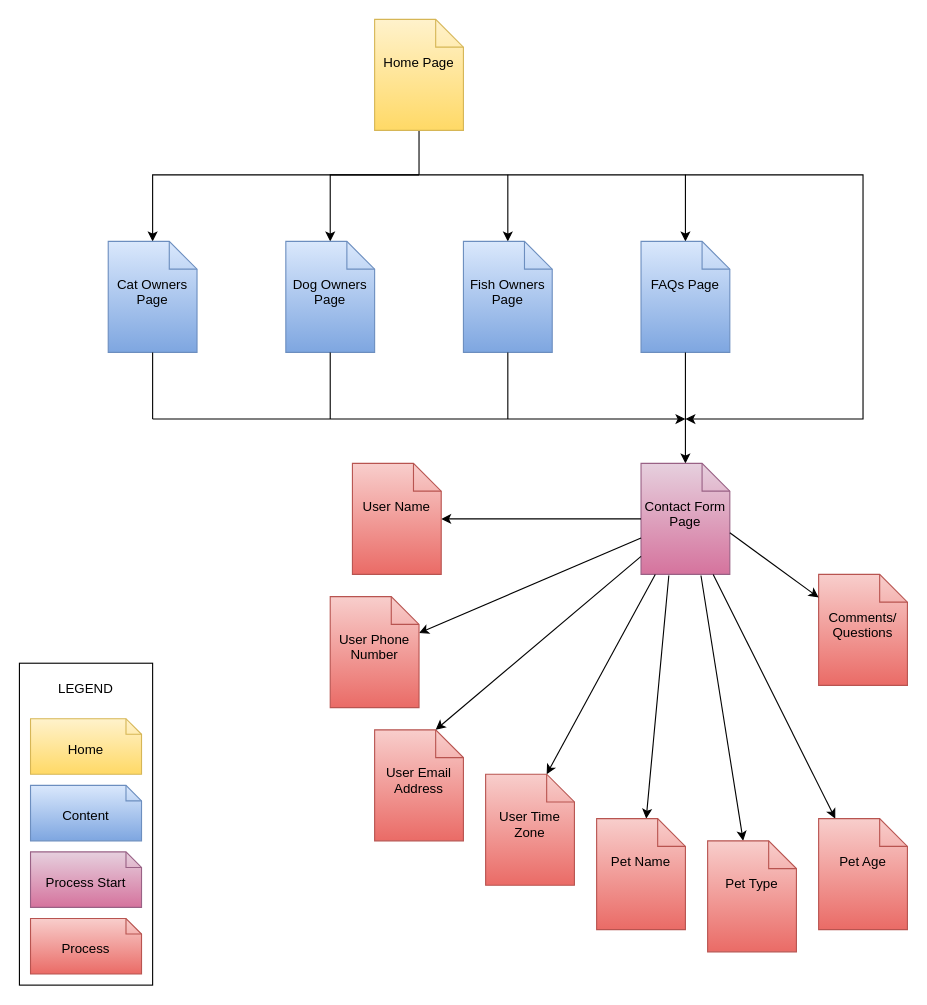
This is sitemap.drawio from airbaggrenade/WGU-D284, a draw.io file, before an edit. Source tidied: cells renumbered, new cells numbered last; positions are measured from the earlier drawing's top-left corner, leaving out a move shared by most shapes. Both pictures are drawn from the tidied source at 111%, with x=0, y=0 at pixel (19, 19).
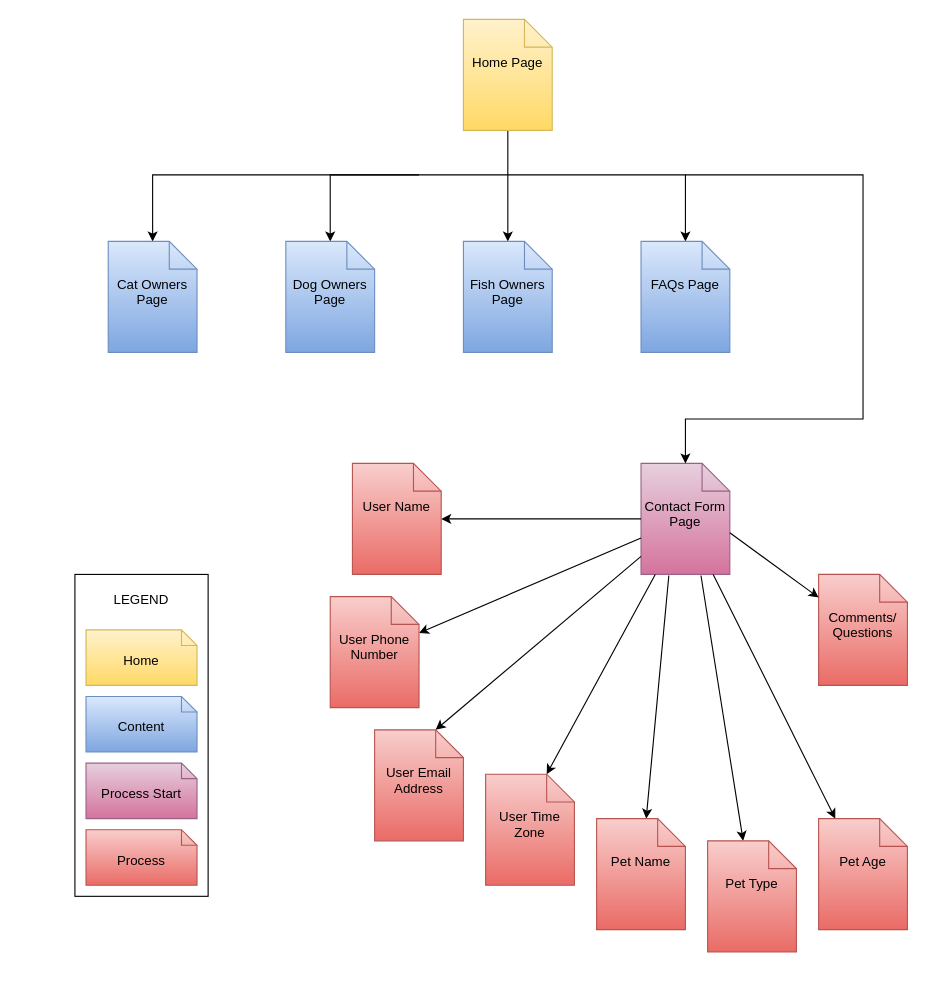
The same diagram, later.

Unchanged cells that the change refers to:
```xml
<mxCell id="5" value="&lt;div&gt;&lt;font color=&quot;#000000&quot;&gt;Cat Owners Page&lt;/font&gt;&lt;/div&gt;" style="shape=note2;boundedLbl=1;whiteSpace=wrap;html=1;size=25;verticalAlign=top;align=center;gradientColor=#7ea6e0;fillColor=#dae8fc;strokeColor=#6c8ebf;" parent="1" vertex="1">
  <mxGeometry x="80" y="200" width="80" height="100" as="geometry" />
</mxCell>
<mxCell id="7" value="&lt;font color=&quot;#000000&quot;&gt;Dog Owners Page&lt;/font&gt;" style="shape=note2;boundedLbl=1;whiteSpace=wrap;html=1;size=25;verticalAlign=top;align=center;gradientColor=#7ea6e0;fillColor=#dae8fc;strokeColor=#6c8ebf;" parent="1" vertex="1">
  <mxGeometry x="240" y="200" width="80" height="100" as="geometry" />
</mxCell>
<mxCell id="9" value="&lt;font color=&quot;#000000&quot;&gt;FAQs Page&lt;/font&gt;" style="shape=note2;boundedLbl=1;whiteSpace=wrap;html=1;size=25;verticalAlign=top;align=center;gradientColor=#7ea6e0;fillColor=#dae8fc;strokeColor=#6c8ebf;" parent="1" vertex="1">
  <mxGeometry x="560" y="200" width="80" height="100" as="geometry" />
</mxCell>
<mxCell id="11" value="&lt;font color=&quot;#000000&quot;&gt;Fish Owners Page&lt;/font&gt;" style="shape=note2;boundedLbl=1;whiteSpace=wrap;html=1;size=25;verticalAlign=top;align=center;gradientColor=#7ea6e0;fillColor=#dae8fc;strokeColor=#6c8ebf;" parent="1" vertex="1">
  <mxGeometry x="400" y="200" width="80" height="100" as="geometry" />
</mxCell>
<mxCell id="13" value="&lt;font color=&quot;#000000&quot;&gt;Contact Form Page&lt;/font&gt;" style="shape=note2;boundedLbl=1;whiteSpace=wrap;html=1;size=25;verticalAlign=top;align=center;gradientColor=#d5739d;fillColor=#e6d0de;strokeColor=#996185;" parent="1" vertex="1">
  <mxGeometry x="560" y="400" width="80" height="100" as="geometry" />
</mxCell>
```

Change to the diagram source:
```diff
@@
     <mxCell id="2" style="edgeStyle=orthogonalEdgeStyle;rounded=0;jettySize=auto;html=1;exitX=0.5;exitY=1;exitDx=0;exitDy=0;exitPerimeter=0;endArrow=none;endFill=0;" parent="1" edge="1" source="3">
       <mxGeometry relative="1" as="geometry">
-        <mxPoint x="360" y="140" as="targetPoint" />
+        <mxPoint x="440" y="140" as="targetPoint" />
       </mxGeometry>
     </mxCell>
     <mxCell id="3" value="&lt;font color=&quot;#000000&quot;&gt;Home Page&lt;/font&gt;" style="shape=note2;boundedLbl=1;whiteSpace=wrap;html=1;size=25;verticalAlign=top;align=center;fillColor=#fff2cc;strokeColor=#d6b656;gradientColor=#ffd966;" parent="1" vertex="1">
-      <mxGeometry x="320" width="80" height="100" as="geometry" />
+      <mxGeometry x="400" width="80" height="100" as="geometry" />
     </mxCell>
@@
-    <mxCell id="12" style="edgeStyle=orthogonalEdgeStyle;rounded=0;jettySize=auto;html=1;entryX=0.5;entryY=1;entryDx=0;entryDy=0;entryPerimeter=0;startArrow=classic;startFill=1;endArrow=none;endFill=0;" parent="1" edge="1" source="13" target="9">
-      <mxGeometry relative="1" as="geometry" />
-    </mxCell>
@@
     <mxCell id="14" value="LEGEND&lt;br&gt;&lt;br&gt;&lt;br&gt;&lt;br&gt;&lt;br&gt;&lt;br&gt;&lt;br&gt;&lt;br&gt;&lt;br&gt;&lt;br&gt;&lt;br&gt;&lt;br&gt;&lt;br&gt;&lt;br&gt;&lt;br&gt;&lt;br&gt;&lt;br&gt;&lt;br&gt;" style="rounded=0;whiteSpace=wrap;html=1;" parent="1" vertex="1">
-      <mxGeometry y="580" width="120" height="290" as="geometry" />
+      <mxGeometry x="50" y="500" width="120" height="290" as="geometry" />
     </mxCell>
     <mxCell id="15" value="&lt;font color=&quot;#000000&quot;&gt;Content&lt;/font&gt;" style="shape=note2;boundedLbl=1;whiteSpace=wrap;html=1;size=14;verticalAlign=top;align=center;fillColor=#dae8fc;strokeColor=#6c8ebf;gradientColor=#7ea6e0;" parent="1" vertex="1">
-      <mxGeometry x="10" y="690" width="100" height="50" as="geometry" />
+      <mxGeometry x="60" y="610" width="100" height="50" as="geometry" />
     </mxCell>
     <mxCell id="16" value="&lt;font color=&quot;#000000&quot;&gt;Process Start&lt;/font&gt;" style="shape=note2;boundedLbl=1;whiteSpace=wrap;html=1;size=14;verticalAlign=top;align=center;fillColor=#e6d0de;strokeColor=#996185;gradientColor=#d5739d;" parent="1" vertex="1">
-      <mxGeometry x="10" y="750" width="100" height="50" as="geometry" />
+      <mxGeometry x="60" y="670" width="100" height="50" as="geometry" />
     </mxCell>
     <mxCell id="17" value="&lt;font color=&quot;#000000&quot;&gt;Home&lt;/font&gt;" style="shape=note2;boundedLbl=1;whiteSpace=wrap;html=1;size=14;verticalAlign=top;align=center;fillColor=#fff2cc;strokeColor=#d6b656;gradientColor=#ffd966;" parent="1" vertex="1">
-      <mxGeometry x="10" y="630" width="100" height="50" as="geometry" />
+      <mxGeometry x="60" y="550" width="100" height="50" as="geometry" />
     </mxCell>
     <mxCell id="18" value="&lt;font color=&quot;#000000&quot;&gt;Process&lt;br&gt;&lt;/font&gt;" style="shape=note2;boundedLbl=1;whiteSpace=wrap;html=1;size=14;verticalAlign=top;align=center;fillColor=#f8cecc;strokeColor=#b85450;gradientColor=#ea6b66;" parent="1" vertex="1">
-      <mxGeometry x="10" y="810" width="100" height="50" as="geometry" />
+      <mxGeometry x="60" y="730" width="100" height="50" as="geometry" />
     </mxCell>
@@
-    <mxCell id="35" style="endArrow=classic;html=1;rounded=0;edgeStyle=orthogonalEdgeStyle;" parent="1" edge="1">
+    <mxCell id="35" style="endArrow=classic;html=1;rounded=0;edgeStyle=orthogonalEdgeStyle;entryX=0.5;entryY=0;entryDx=0;entryDy=0;entryPerimeter=0;" parent="1" edge="1" target="13">
       <mxGeometry relative="1" as="geometry">
         <mxPoint x="600" y="140" as="sourcePoint" />
-        <mxPoint x="600" y="360" as="targetPoint" />
         <Array as="points">
           <mxPoint x="760" y="140" />
           <mxPoint x="760" y="360" />
+          <mxPoint x="600" y="360" />
         </Array>
       </mxGeometry>
     </mxCell>
-    <mxCell id="36" style="endArrow=classic;html=1;rounded=0;" parent="1" edge="1">
-      <mxGeometry relative="1" as="geometry">
-        <mxPoint x="120" y="360" as="sourcePoint" />
-        <mxPoint x="600" y="360" as="targetPoint" />
-      </mxGeometry>
-    </mxCell>
-    <mxCell id="37" style="endArrow=none;html=1;rounded=0;entryX=0.5;entryY=1;entryDx=0;entryDy=0;entryPerimeter=0;" parent="1" edge="1" target="5">
-      <mxGeometry relative="1" as="geometry">
-        <mxPoint x="120" y="360" as="sourcePoint" />
-      </mxGeometry>
-    </mxCell>
-    <mxCell id="38" style="endArrow=none;html=1;rounded=0;entryX=0.5;entryY=1;entryDx=0;entryDy=0;entryPerimeter=0;" parent="1" edge="1" target="7">
-      <mxGeometry relative="1" as="geometry">
-        <mxPoint x="280" y="360" as="sourcePoint" />
-      </mxGeometry>
-    </mxCell>
-    <mxCell id="39" style="endArrow=none;html=1;rounded=0;entryX=0.5;entryY=1;entryDx=0;entryDy=0;entryPerimeter=0;" parent="1" edge="1" target="11">
-      <mxGeometry relative="1" as="geometry">
-        <mxPoint x="440" y="360" as="sourcePoint" />
-      </mxGeometry>
-    </mxCell>
```
